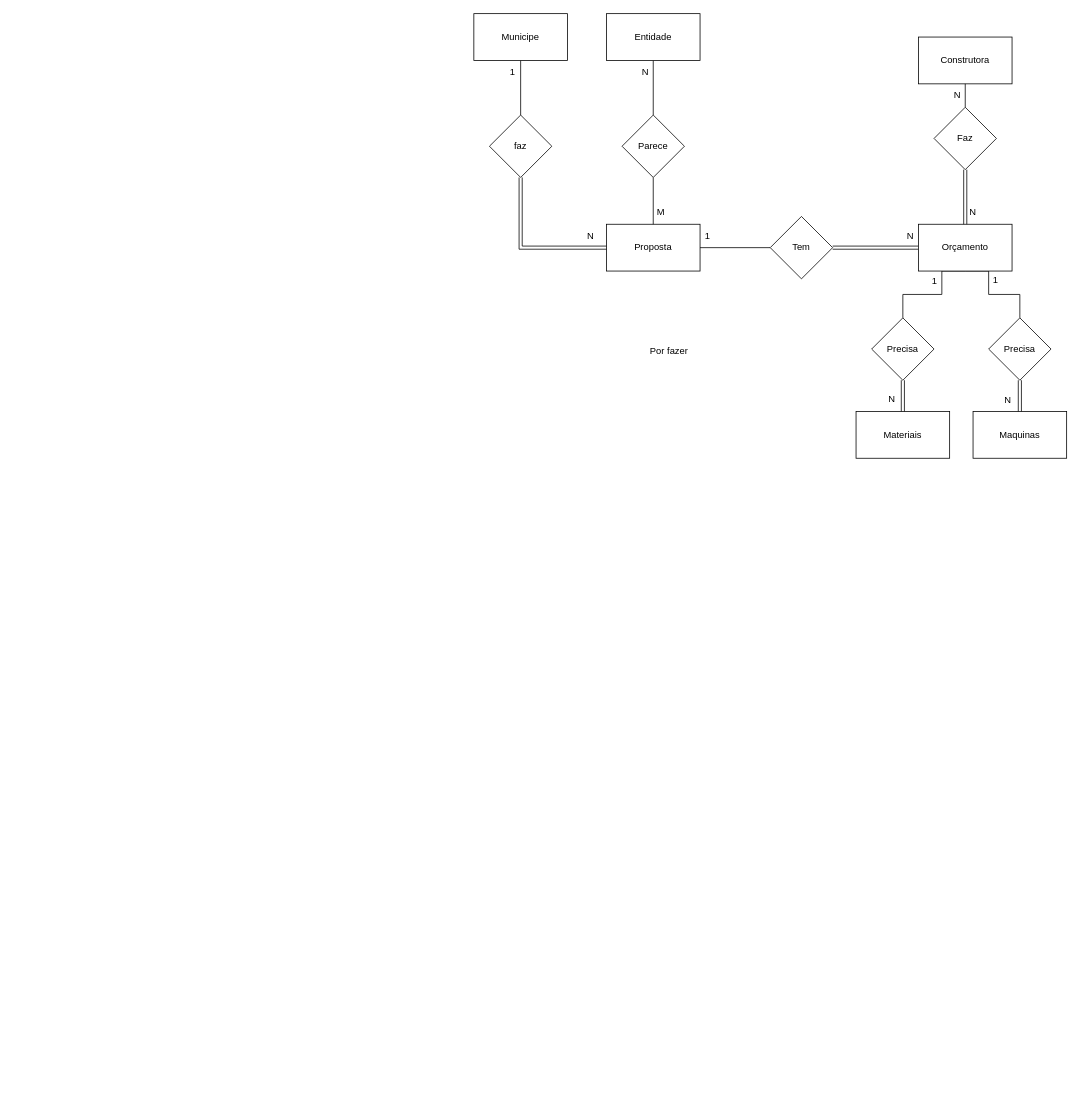
Before: TrabalhoFinal.drawio in Nuno-Goncalves1/Sql-ER, a draw.io diagram. Source tidied: cells renumbered, new cells numbered last; positions are measured from the earlier drawing's top-left corner, leaving out a move shared by most shapes. Both pictures are drawn from the tidied source at 78%, with x=0, y=0 at pixel (473, 13).
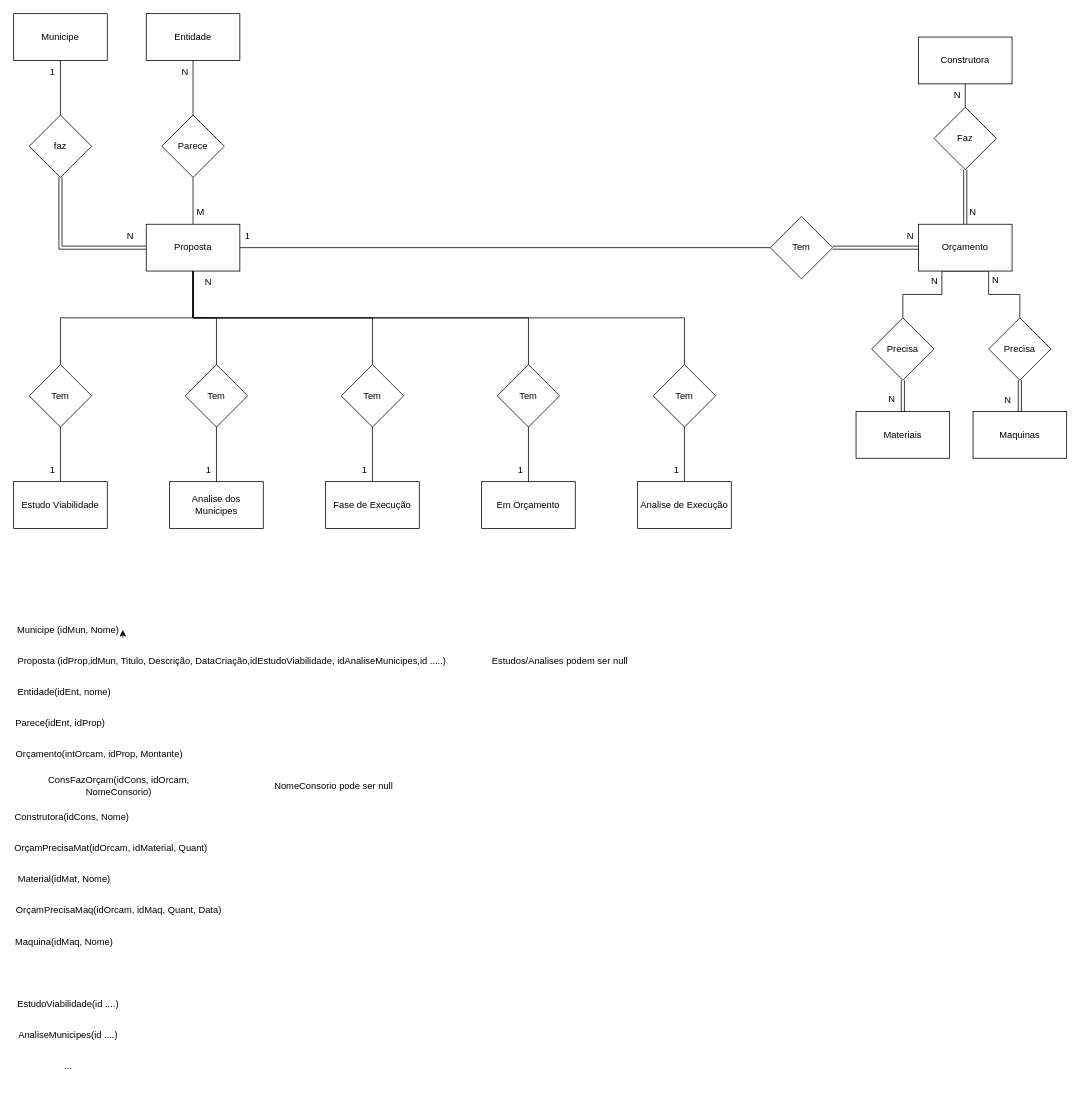
After the change.

Diff of the diagram source:
```diff
@@
     <mxCell id="3" value="Municipe" style="rounded=0;whiteSpace=wrap;html=1;" parent="1" vertex="1">
-      <mxGeometry width="120" height="60" as="geometry" />
+      <mxGeometry x="-590" width="120" height="60" as="geometry" />
     </mxCell>
     <mxCell id="4" value="Proposta" style="rounded=0;whiteSpace=wrap;html=1;" parent="1" vertex="1">
-      <mxGeometry x="170" y="270" width="120" height="60" as="geometry" />
+      <mxGeometry x="-420" y="270" width="120" height="60" as="geometry" />
     </mxCell>
@@
     <mxCell id="6" value="faz" style="rhombus;whiteSpace=wrap;html=1;" parent="1" vertex="1">
-      <mxGeometry x="20" y="130" width="80" height="80" as="geometry" />
+      <mxGeometry x="-570" y="130" width="80" height="80" as="geometry" />
     </mxCell>
     <mxCell id="7" value="1" style="text;html=1;align=center;verticalAlign=middle;whiteSpace=wrap;rounded=0;" parent="1" vertex="1">
-      <mxGeometry x="20" y="60" width="60" height="30" as="geometry" />
+      <mxGeometry x="-570" y="60" width="60" height="30" as="geometry" />
     </mxCell>
     <mxCell id="8" value="N" style="text;html=1;align=center;verticalAlign=middle;whiteSpace=wrap;rounded=0;" parent="1" vertex="1">
-      <mxGeometry x="120" y="270" width="60" height="30" as="geometry" />
+      <mxGeometry x="-470" y="270" width="60" height="30" as="geometry" />
     </mxCell>
@@
     <mxCell id="10" value="Parece" style="rhombus;whiteSpace=wrap;html=1;" parent="1" vertex="1">
-      <mxGeometry x="190" y="130" width="80" height="80" as="geometry" />
+      <mxGeometry x="-400" y="130" width="80" height="80" as="geometry" />
     </mxCell>
@@
     <mxCell id="12" value="Entidade" style="rounded=0;whiteSpace=wrap;html=1;" parent="1" vertex="1">
-      <mxGeometry x="170" width="120" height="60" as="geometry" />
+      <mxGeometry x="-420" width="120" height="60" as="geometry" />
     </mxCell>
     <mxCell id="13" value="N" style="text;html=1;align=center;verticalAlign=middle;whiteSpace=wrap;rounded=0;" parent="1" vertex="1">
-      <mxGeometry x="190" y="60" width="60" height="30" as="geometry" />
+      <mxGeometry x="-400" y="60" width="60" height="30" as="geometry" />
     </mxCell>
     <mxCell id="14" value="M" style="text;html=1;align=center;verticalAlign=middle;whiteSpace=wrap;rounded=0;" parent="1" vertex="1">
-      <mxGeometry x="210" y="240" width="60" height="30" as="geometry" />
+      <mxGeometry x="-380" y="240" width="60" height="30" as="geometry" />
     </mxCell>
@@
     <mxCell id="24" value="1" style="text;html=1;align=center;verticalAlign=middle;whiteSpace=wrap;rounded=0;" parent="1" vertex="1">
-      <mxGeometry x="270" y="270" width="60" height="30" as="geometry" />
+      <mxGeometry x="-320" y="270" width="60" height="30" as="geometry" />
     </mxCell>
@@
-    <mxCell id="34" value="1" style="text;html=1;align=center;verticalAlign=middle;whiteSpace=wrap;rounded=0;" parent="1" vertex="1">
+    <mxCell id="34" value="N" style="text;html=1;align=center;verticalAlign=middle;whiteSpace=wrap;rounded=0;" parent="1" vertex="1">
       <mxGeometry x="561" y="328" width="60" height="30" as="geometry" />
     </mxCell>
@@
-    <mxCell id="36" value="&lt;div&gt;1&lt;/div&gt;" style="text;html=1;align=center;verticalAlign=middle;whiteSpace=wrap;rounded=0;" parent="1" vertex="1">
+    <mxCell id="36" value="N" style="text;html=1;align=center;verticalAlign=middle;whiteSpace=wrap;rounded=0;" parent="1" vertex="1">
       <mxGeometry x="639" y="327" width="60" height="30" as="geometry" />
     </mxCell>
@@
-    <mxCell id="39" value="Por fazer" style="text;html=1;align=center;verticalAlign=middle;strokeColor=none;fillColor=none;" parent="1" vertex="1">
-      <mxGeometry x="215" y="418" width="70" height="30" as="geometry" />
-    </mxCell>
+    <mxCell id="40" style="edgeStyle=orthogonalEdgeStyle;rounded=0;jettySize=auto;html=1;exitX=0.5;exitY=1;exitDx=0;exitDy=0;entryX=0.5;entryY=0;entryDx=0;entryDy=0;endArrow=none;startFill=0;" parent="1" edge="1" source="42" target="43">
+      <mxGeometry relative="1" as="geometry" />
+    </mxCell>
+    <mxCell id="41" style="edgeStyle=orthogonalEdgeStyle;rounded=0;jettySize=auto;html=1;exitX=0.5;exitY=0;exitDx=0;exitDy=0;entryX=0.5;entryY=1;entryDx=0;entryDy=0;endArrow=none;startFill=0;" parent="1" edge="1" source="42" target="4">
+      <mxGeometry relative="1" as="geometry" />
+    </mxCell>
+    <mxCell id="42" value="Tem" style="rhombus;whiteSpace=wrap;html=1;" parent="1" vertex="1">
+      <mxGeometry x="-570" y="450" width="80" height="80" as="geometry" />
+    </mxCell>
+    <mxCell id="43" value="Estudo Viabilidade" style="whiteSpace=wrap;html=1;" parent="1" vertex="1">
+      <mxGeometry x="-590" y="600" width="120" height="60" as="geometry" />
+    </mxCell>
+    <mxCell id="44" value="Analise dos Municipes" style="whiteSpace=wrap;html=1;" parent="1" vertex="1">
+      <mxGeometry x="-390" y="600" width="120" height="60" as="geometry" />
+    </mxCell>
+    <mxCell id="45" value="Fase de Execução" style="whiteSpace=wrap;html=1;" parent="1" vertex="1">
+      <mxGeometry x="-190" y="600" width="120" height="60" as="geometry" />
+    </mxCell>
+    <mxCell id="46" value="Em Orçamento" style="whiteSpace=wrap;html=1;" parent="1" vertex="1">
+      <mxGeometry x="10" y="600" width="120" height="60" as="geometry" />
+    </mxCell>
+    <mxCell id="47" value="Analise de Execução" style="whiteSpace=wrap;html=1;" parent="1" vertex="1">
+      <mxGeometry x="210" y="600" width="120" height="60" as="geometry" />
+    </mxCell>
+    <mxCell id="48" style="edgeStyle=orthogonalEdgeStyle;rounded=0;jettySize=auto;html=1;exitX=0.5;exitY=1;exitDx=0;exitDy=0;entryX=0.5;entryY=0;entryDx=0;entryDy=0;endArrow=none;startFill=0;" parent="1" edge="1" source="50" target="44">
+      <mxGeometry relative="1" as="geometry" />
+    </mxCell>
+    <mxCell id="49" style="edgeStyle=orthogonalEdgeStyle;rounded=0;jettySize=auto;html=1;exitX=0.5;exitY=0;exitDx=0;exitDy=0;entryX=0.5;entryY=1;entryDx=0;entryDy=0;endArrow=none;startFill=0;" parent="1" edge="1" source="50" target="4">
+      <mxGeometry relative="1" as="geometry" />
+    </mxCell>
+    <mxCell id="50" value="Tem" style="rhombus;whiteSpace=wrap;html=1;" parent="1" vertex="1">
+      <mxGeometry x="-370" y="450" width="80" height="80" as="geometry" />
+    </mxCell>
+    <mxCell id="51" style="edgeStyle=orthogonalEdgeStyle;rounded=0;jettySize=auto;html=1;exitX=0.5;exitY=1;exitDx=0;exitDy=0;entryX=0.5;entryY=0;entryDx=0;entryDy=0;endArrow=none;startFill=0;" parent="1" edge="1" source="53" target="45">
+      <mxGeometry relative="1" as="geometry" />
+    </mxCell>
+    <mxCell id="52" style="edgeStyle=orthogonalEdgeStyle;rounded=0;jettySize=auto;html=1;exitX=0.5;exitY=0;exitDx=0;exitDy=0;entryX=0.5;entryY=1;entryDx=0;entryDy=0;endArrow=none;startFill=0;" parent="1" edge="1" source="53" target="4">
+      <mxGeometry relative="1" as="geometry" />
+    </mxCell>
+    <mxCell id="53" value="Tem" style="rhombus;whiteSpace=wrap;html=1;" parent="1" vertex="1">
+      <mxGeometry x="-170" y="450" width="80" height="80" as="geometry" />
+    </mxCell>
+    <mxCell id="54" style="edgeStyle=orthogonalEdgeStyle;rounded=0;jettySize=auto;html=1;exitX=0.5;exitY=1;exitDx=0;exitDy=0;entryX=0.5;entryY=0;entryDx=0;entryDy=0;endArrow=none;startFill=0;" parent="1" edge="1" source="56" target="46">
+      <mxGeometry relative="1" as="geometry" />
+    </mxCell>
+    <mxCell id="55" style="edgeStyle=orthogonalEdgeStyle;rounded=0;jettySize=auto;html=1;exitX=0.5;exitY=0;exitDx=0;exitDy=0;entryX=0.5;entryY=1;entryDx=0;entryDy=0;endArrow=none;startFill=0;" parent="1" edge="1" source="56" target="4">
+      <mxGeometry relative="1" as="geometry" />
+    </mxCell>
+    <mxCell id="56" value="Tem" style="rhombus;whiteSpace=wrap;html=1;" parent="1" vertex="1">
+      <mxGeometry x="30" y="450" width="80" height="80" as="geometry" />
+    </mxCell>
+    <mxCell id="57" style="edgeStyle=orthogonalEdgeStyle;rounded=0;jettySize=auto;html=1;exitX=0.5;exitY=1;exitDx=0;exitDy=0;entryX=0.5;entryY=0;entryDx=0;entryDy=0;endArrow=none;startFill=0;" parent="1" edge="1" source="59" target="47">
+      <mxGeometry relative="1" as="geometry" />
+    </mxCell>
+    <mxCell id="58" style="edgeStyle=orthogonalEdgeStyle;rounded=0;jettySize=auto;html=1;exitX=0.5;exitY=0;exitDx=0;exitDy=0;entryX=0.5;entryY=1;entryDx=0;entryDy=0;endArrow=none;startFill=0;" parent="1" edge="1" source="59" target="4">
+      <mxGeometry relative="1" as="geometry" />
+    </mxCell>
+    <mxCell id="59" value="Tem" style="rhombus;whiteSpace=wrap;html=1;" parent="1" vertex="1">
+      <mxGeometry x="230" y="450" width="80" height="80" as="geometry" />
+    </mxCell>
+    <mxCell id="60" value="1" style="text;html=1;align=center;verticalAlign=middle;whiteSpace=wrap;rounded=0;" parent="1" vertex="1">
+      <mxGeometry x="-570" y="570" width="60" height="30" as="geometry" />
+    </mxCell>
+    <mxCell id="61" value="1" style="text;html=1;align=center;verticalAlign=middle;whiteSpace=wrap;rounded=0;" parent="1" vertex="1">
+      <mxGeometry x="-370" y="570" width="60" height="30" as="geometry" />
+    </mxCell>
+    <mxCell id="62" value="1" style="text;html=1;align=center;verticalAlign=middle;whiteSpace=wrap;rounded=0;" parent="1" vertex="1">
+      <mxGeometry x="-170" y="570" width="60" height="30" as="geometry" />
+    </mxCell>
+    <mxCell id="63" value="1" style="text;html=1;align=center;verticalAlign=middle;whiteSpace=wrap;rounded=0;" parent="1" vertex="1">
+      <mxGeometry x="30" y="570" width="60" height="30" as="geometry" />
+    </mxCell>
+    <mxCell id="64" value="1" style="text;html=1;align=center;verticalAlign=middle;whiteSpace=wrap;rounded=0;" parent="1" vertex="1">
+      <mxGeometry x="230" y="570" width="60" height="30" as="geometry" />
+    </mxCell>
+    <mxCell id="65" value="&lt;div&gt;N&lt;/div&gt;" style="text;html=1;align=center;verticalAlign=middle;whiteSpace=wrap;rounded=0;" parent="1" vertex="1">
+      <mxGeometry x="-370" y="330" width="60" height="30" as="geometry" />
+    </mxCell>
+    <mxCell id="66" value="Proposta (idProp,idMun, Titulo, Descrição, DataCriação,idEstudoViabilidade, idAnaliseMunicipes,id .....)" style="text;html=1;align=center;verticalAlign=middle;whiteSpace=wrap;rounded=0;" parent="1" vertex="1">
+      <mxGeometry x="-590" y="810" width="560" height="40" as="geometry" />
+    </mxCell>
+    <mxCell id="67" value="Municipe (idMun, Nome)" style="text;html=1;align=center;verticalAlign=middle;whiteSpace=wrap;rounded=0;" parent="1" vertex="1">
+      <mxGeometry x="-590" y="770" width="140" height="40" as="geometry" />
+    </mxCell>
+    <mxCell id="68" value="Entidade(idEnt, nome)" style="text;html=1;align=center;verticalAlign=middle;whiteSpace=wrap;rounded=0;" parent="1" vertex="1">
+      <mxGeometry x="-590" y="850" width="130" height="40" as="geometry" />
+    </mxCell>
+    <mxCell id="69" value="Parece(idEnt, idProp)" style="text;html=1;align=center;verticalAlign=middle;whiteSpace=wrap;rounded=0;" parent="1" vertex="1">
+      <mxGeometry x="-590" y="890" width="120" height="40" as="geometry" />
+    </mxCell>
+    <mxCell id="70" style="edgeStyle=orthogonalEdgeStyle;rounded=0;orthogonalLoop=1;jettySize=auto;html=1;exitX=1;exitY=0.75;exitDx=0;exitDy=0;entryX=1;entryY=0.5;entryDx=0;entryDy=0;" parent="1" edge="1" source="67" target="67">
+      <mxGeometry relative="1" as="geometry" />
+    </mxCell>
+    <mxCell id="71" value="ConsFazOrçam(idCons, idOrcam, NomeConsorio)" style="text;html=1;align=center;verticalAlign=middle;whiteSpace=wrap;rounded=0;" parent="1" vertex="1">
+      <mxGeometry x="-590" y="970" width="270" height="40" as="geometry" />
+    </mxCell>
+    <mxCell id="72" value="Construtora(idCons, Nome)" style="text;html=1;align=center;verticalAlign=middle;whiteSpace=wrap;rounded=0;" parent="1" vertex="1">
+      <mxGeometry x="-590" y="1010" width="150" height="40" as="geometry" />
+    </mxCell>
+    <mxCell id="73" value="Orçamento(intOrcam, idProp, Montante)" style="text;html=1;align=center;verticalAlign=middle;whiteSpace=wrap;rounded=0;" parent="1" vertex="1">
+      <mxGeometry x="-590" y="930" width="220" height="40" as="geometry" />
+    </mxCell>
+    <mxCell id="74" value="NomeConsorio pode ser null" style="text;html=1;align=center;verticalAlign=middle;strokeColor=none;fillColor=none;" parent="1" vertex="1">
+      <mxGeometry x="-270" y="975" width="180" height="30" as="geometry" />
+    </mxCell>
+    <mxCell id="75" value="Material(idMat, Nome)" style="text;html=1;align=center;verticalAlign=middle;whiteSpace=wrap;rounded=0;" parent="1" vertex="1">
+      <mxGeometry x="-590" y="1090" width="130" height="40" as="geometry" />
+    </mxCell>
+    <mxCell id="76" value="OrçamPrecisaMat(idOrcam, idMaterial, Quant)" style="text;html=1;align=center;verticalAlign=middle;whiteSpace=wrap;rounded=0;" parent="1" vertex="1">
+      <mxGeometry x="-590" y="1050" width="250" height="40" as="geometry" />
+    </mxCell>
+    <mxCell id="77" value="Maquina(idMaq, Nome)" style="text;html=1;align=center;verticalAlign=middle;whiteSpace=wrap;rounded=0;" parent="1" vertex="1">
+      <mxGeometry x="-590" y="1170" width="130" height="40" as="geometry" />
+    </mxCell>
+    <mxCell id="78" value="OrçamPrecisaMaq(idOrcam, idMaq, Quant, Data)" style="text;html=1;align=center;verticalAlign=middle;whiteSpace=wrap;rounded=0;" parent="1" vertex="1">
+      <mxGeometry x="-590" y="1130" width="270" height="40" as="geometry" />
+    </mxCell>
+    <mxCell id="79" value="EstudoViabilidade(id ....)" style="text;html=1;align=center;verticalAlign=middle;whiteSpace=wrap;rounded=0;" parent="1" vertex="1">
+      <mxGeometry x="-590" y="1250" width="140" height="40" as="geometry" />
+    </mxCell>
+    <mxCell id="80" value="AnaliseMunicipes(id ....)" style="text;html=1;align=center;verticalAlign=middle;whiteSpace=wrap;rounded=0;" parent="1" vertex="1">
+      <mxGeometry x="-590" y="1290" width="140" height="40" as="geometry" />
+    </mxCell>
+    <mxCell id="81" value="..." style="text;html=1;align=center;verticalAlign=middle;whiteSpace=wrap;rounded=0;" parent="1" vertex="1">
+      <mxGeometry x="-590" y="1330" width="140" height="40" as="geometry" />
+    </mxCell>
+    <mxCell id="82" value="Estudos/Analises podem ser null" style="text;html=1;align=center;verticalAlign=middle;strokeColor=none;fillColor=none;" parent="1" vertex="1">
+      <mxGeometry x="10" y="815" width="200" height="30" as="geometry" />
+    </mxCell>
```
